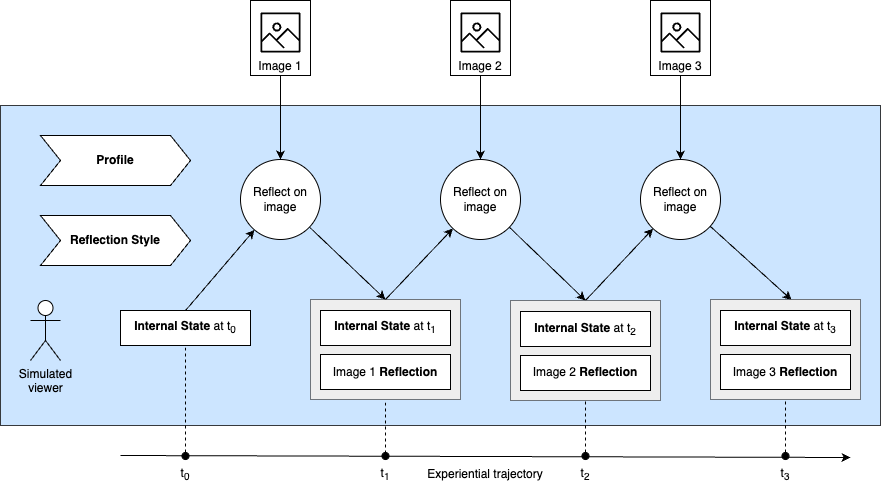
Before: docs/stateful-viewing-process.en.png, a diagram exported from draw.io (fredericbenard/stateful-viewers). Source tidied: cells renumbered, new cells last; positions are measured from the earlier drawing's top-left corner, leaving out a move shared by most shapes. Source of this version:
```xml
<mxGraphModel>
  <root>
    <mxCell id="0" />
    <mxCell id="1" parent="0" />
    <mxCell id="2" style="rounded=0;whiteSpace=wrap;html=1;fillColor=#cce5ff;strokeColor=#36393d;" parent="1" vertex="1">
      <mxGeometry y="105" width="880" height="320" as="geometry" />
    </mxCell>
    <mxCell id="3" style="rounded=0;whiteSpace=wrap;html=1;strokeWidth=0.5;fillStyle=auto;fillColor=#eeeeee;strokeColor=#36393d;" parent="1" vertex="1">
      <mxGeometry x="310" y="299" width="150" height="100" as="geometry" />
    </mxCell>
    <mxCell id="4" value="&lt;b&gt;Internal State&lt;/b&gt; at t&lt;sub&gt;0&lt;/sub&gt;" style="rounded=0;whiteSpace=wrap;html=1;" parent="1" vertex="1">
      <mxGeometry x="120" y="310" width="130" height="35" as="geometry" />
    </mxCell>
    <mxCell id="5" value="&lt;font&gt;&lt;span style=&quot;color: rgb(0, 0, 0);&quot;&gt;&lt;b&gt;Internal State&lt;/b&gt;&lt;/span&gt;&amp;nbsp;at t&lt;sub&gt;1&lt;/sub&gt;&lt;/font&gt;" style="rounded=0;whiteSpace=wrap;html=1;" parent="1" vertex="1">
      <mxGeometry x="320" y="310" width="130" height="35" as="geometry" />
    </mxCell>
    <mxCell id="6" value="Simulated&lt;br&gt;viewer" style="shape=umlActor;verticalLabelPosition=bottom;verticalAlign=top;html=1;" parent="1" vertex="1">
      <mxGeometry x="30" y="300" width="30" height="60" as="geometry" />
    </mxCell>
    <mxCell id="7" value="Imag&lt;span style=&quot;color: rgba(0, 0, 0, 0); font-family: monospace; font-size: 0px;&quot;&gt;%3CmxGraphModel%3E%3Croot%3E%3CmxCell%20id%3D%220%22%2F%3E%3CmxCell%20id%3D%221%22%20parent%3D%220%22%2F%3E%3CmxCell%20id%3D%222%22%20value%3D%22Profile%22%20style%3D%22rounded%3D0%3BwhiteSpace%3Dwrap%3Bhtml%3D1%3B%22%20vertex%3D%221%22%20parent%3D%221%22%3E%3CmxGeometry%20x%3D%2290%22%20y%3D%22260%22%20width%3D%22120%22%20height%3D%2260%22%20as%3D%22geometry%22%2F%3E%3C%2FmxCell%3E%3C%2Froot%3E%3C%2FmxGraphModel%3E&lt;/span&gt;e 1&lt;span style=&quot;color: rgba(0, 0, 0, 0); font-family: monospace; font-size: 0px;&quot;&gt;%3CmxGraphModel%3E%3Croot%3E%3CmxCell%20id%3D%220%22%2F%3E%3CmxCell%20id%3D%221%22%20parent%3D%220%22%2F%3E%3CmxCell%20id%3D%222%22%20value%3D%22Profile%22%20style%3D%22rounded%3D0%3BwhiteSpace%3Dwrap%3Bhtml%3D1%3B%22%20vertex%3D%221%22%20parent%3D%221%22%3E%3CmxGeometry%20x%3D%2290%22%20y%3D%22260%22%20width%3D%22120%22%20height%3D%2260%22%20as%3D%22geometry%22%2F%3E%3C%2FmxCell%3E%3C%2Froot%3E%3C%2FmxGraphModel%3E&lt;/span&gt;" style="rounded=0;whiteSpace=wrap;html=1;align=center;verticalAlign=bottom;" parent="1" vertex="1">
      <mxGeometry x="250" width="60" height="75" as="geometry" />
    </mxCell>
    <mxCell id="8" style="endArrow=classic;html=1;exitX=0.5;exitY=1;exitDx=0;exitDy=0;" parent="1" edge="1" source="7" target="10">
      <mxGeometry relative="1" as="geometry" />
    </mxCell>
    <mxCell id="9" style="endArrow=classic;html=1;exitX=0.5;exitY=0;exitDx=0;exitDy=0;" parent="1" edge="1" source="4" target="10">
      <mxGeometry relative="1" as="geometry" />
    </mxCell>
    <mxCell id="10" value="Reflect on image" style="ellipse;whiteSpace=wrap;html=1;" parent="1" vertex="1">
      <mxGeometry x="240" y="159" width="80" height="80" as="geometry" />
    </mxCell>
    <mxCell id="11" style="endArrow=classic;html=1;entryX=0.5;entryY=0;entryDx=0;entryDy=0;" parent="1" edge="1" source="10" target="3">
      <mxGeometry relative="1" as="geometry" />
    </mxCell>
    <mxCell id="12" value="&lt;span style=&quot;color: rgb(0, 0, 0);&quot;&gt;Reflect on image&lt;/span&gt;" style="ellipse;whiteSpace=wrap;html=1;" parent="1" vertex="1">
      <mxGeometry x="440" y="159" width="80" height="80" as="geometry" />
    </mxCell>
    <mxCell id="13" style="endArrow=classic;html=1;entryX=0.5;entryY=0;entryDx=0;entryDy=0;" parent="1" edge="1" source="12" target="37">
      <mxGeometry relative="1" as="geometry" />
    </mxCell>
    <mxCell id="14" style="endArrow=classic;html=1;exitX=0.5;exitY=1;exitDx=0;exitDy=0;" parent="1" edge="1" source="44" target="12">
      <mxGeometry relative="1" as="geometry" />
    </mxCell>
    <mxCell id="15" style="endArrow=classic;html=1;exitX=0.5;exitY=0;exitDx=0;exitDy=0;" parent="1" edge="1" source="3" target="12">
      <mxGeometry relative="1" as="geometry" />
    </mxCell>
    <mxCell id="16" value="&lt;span style=&quot;color: rgb(0, 0, 0);&quot;&gt;Reflect on image&lt;/span&gt;" style="ellipse;whiteSpace=wrap;html=1;" parent="1" vertex="1">
      <mxGeometry x="640" y="159" width="80" height="80" as="geometry" />
    </mxCell>
    <mxCell id="17" style="endArrow=classic;html=1;entryX=0.541;entryY=0.005;entryDx=0;entryDy=0;entryPerimeter=0;" parent="1" edge="1" source="16" target="40">
      <mxGeometry relative="1" as="geometry" />
    </mxCell>
    <mxCell id="18" style="endArrow=classic;html=1;exitX=0.5;exitY=1;exitDx=0;exitDy=0;" parent="1" edge="1" source="46" target="16">
      <mxGeometry relative="1" as="geometry" />
    </mxCell>
    <mxCell id="19" style="endArrow=classic;html=1;exitX=0.5;exitY=0;exitDx=0;exitDy=0;" parent="1" edge="1" source="37" target="16">
      <mxGeometry relative="1" as="geometry" />
    </mxCell>
    <mxCell id="20" value="&lt;b&gt;Profile&lt;/b&gt;" style="shape=step;perimeter=stepPerimeter;whiteSpace=wrap;html=1;fixedSize=1;" parent="1" vertex="1">
      <mxGeometry x="40" y="135" width="150" height="50" as="geometry" />
    </mxCell>
    <mxCell id="21" value="&lt;b&gt;Reflection Style&lt;/b&gt;" style="shape=step;perimeter=stepPerimeter;whiteSpace=wrap;html=1;fixedSize=1;" parent="1" vertex="1">
      <mxGeometry x="40" y="215" width="150" height="50" as="geometry" />
    </mxCell>
    <mxCell id="22" style="endArrow=none;html=1;endFill=0;startArrow=classic;startFill=1;" parent="1" edge="1">
      <mxGeometry relative="1" as="geometry">
        <mxPoint x="850" y="457" as="sourcePoint" />
        <mxPoint x="120" y="455" as="targetPoint" />
      </mxGeometry>
    </mxCell>
    <mxCell id="23" style="ellipse;whiteSpace=wrap;html=1;fillColor=#000000;" parent="1" vertex="1">
      <mxGeometry x="181.5" y="452" width="7" height="7" as="geometry" />
    </mxCell>
    <mxCell id="24" value="t&lt;sub&gt;0&lt;/sub&gt;" style="text;html=1;align=center;verticalAlign=middle;whiteSpace=wrap;rounded=0;" parent="1" vertex="1">
      <mxGeometry x="155" y="459" width="60" height="30" as="geometry" />
    </mxCell>
    <mxCell id="25" style="ellipse;whiteSpace=wrap;html=1;fillColor=#000000;" parent="1" vertex="1">
      <mxGeometry x="381.5" y="452" width="7" height="7" as="geometry" />
    </mxCell>
    <mxCell id="26" style="ellipse;whiteSpace=wrap;html=1;fillColor=#000000;" parent="1" vertex="1">
      <mxGeometry x="581.5" y="452" width="7" height="7" as="geometry" />
    </mxCell>
    <mxCell id="27" style="ellipse;whiteSpace=wrap;html=1;fillColor=#000000;" parent="1" vertex="1">
      <mxGeometry x="781.5" y="452" width="7" height="7" as="geometry" />
    </mxCell>
    <mxCell id="28" value="t&lt;sub&gt;1&lt;/sub&gt;" style="text;html=1;align=center;verticalAlign=middle;whiteSpace=wrap;rounded=0;" parent="1" vertex="1">
      <mxGeometry x="355" y="459" width="60" height="30" as="geometry" />
    </mxCell>
    <mxCell id="29" value="t&lt;sub&gt;2&lt;/sub&gt;" style="text;html=1;align=center;verticalAlign=middle;whiteSpace=wrap;rounded=0;" parent="1" vertex="1">
      <mxGeometry x="555" y="459" width="60" height="30" as="geometry" />
    </mxCell>
    <mxCell id="30" value="t&lt;sub&gt;3&lt;/sub&gt;" style="text;html=1;align=center;verticalAlign=middle;whiteSpace=wrap;rounded=0;" parent="1" vertex="1">
      <mxGeometry x="755" y="459" width="60" height="30" as="geometry" />
    </mxCell>
    <mxCell id="31" value="Experiential trajectory" style="text;html=1;align=center;verticalAlign=middle;whiteSpace=wrap;rounded=0;" parent="1" vertex="1">
      <mxGeometry x="415" y="459" width="140" height="30" as="geometry" />
    </mxCell>
    <mxCell id="32" style="endArrow=none;dashed=1;html=1;entryX=0.5;entryY=1;entryDx=0;entryDy=0;exitX=0.5;exitY=0;exitDx=0;exitDy=0;" parent="1" edge="1" source="23" target="4">
      <mxGeometry relative="1" as="geometry" />
    </mxCell>
    <mxCell id="33" style="endArrow=none;dashed=1;html=1;entryX=0.5;entryY=1;entryDx=0;entryDy=0;exitX=0.5;exitY=1;exitDx=0;exitDy=0;" parent="1" edge="1" source="25" target="3">
      <mxGeometry relative="1" as="geometry" />
    </mxCell>
    <mxCell id="34" style="endArrow=none;dashed=1;html=1;entryX=0.5;entryY=1;entryDx=0;entryDy=0;exitX=0.5;exitY=0;exitDx=0;exitDy=0;" parent="1" edge="1" source="26">
      <mxGeometry relative="1" as="geometry">
        <mxPoint x="585" y="345" as="targetPoint" />
      </mxGeometry>
    </mxCell>
    <mxCell id="35" style="endArrow=none;dashed=1;html=1;entryX=0.5;entryY=1;entryDx=0;entryDy=0;exitX=0.5;exitY=0;exitDx=0;exitDy=0;" parent="1" edge="1" source="27">
      <mxGeometry relative="1" as="geometry">
        <mxPoint x="785" y="345" as="targetPoint" />
      </mxGeometry>
    </mxCell>
    <mxCell id="36" value="Image 1 &lt;b&gt;Reflection&lt;/b&gt;" style="rounded=0;whiteSpace=wrap;html=1;" parent="1" vertex="1">
      <mxGeometry x="320" y="354" width="130" height="35" as="geometry" />
    </mxCell>
    <mxCell id="37" style="rounded=0;whiteSpace=wrap;html=1;fillColor=#eeeeee;strokeWidth=0.5;fillStyle=auto;strokeColor=#36393d;" parent="1" vertex="1">
      <mxGeometry x="510" y="300" width="150" height="100" as="geometry" />
    </mxCell>
    <mxCell id="38" value="&lt;font&gt;&lt;span style=&quot;color: rgb(0, 0, 0);&quot;&gt;&lt;b&gt;Internal State&lt;/b&gt;&lt;/span&gt;&amp;nbsp;at t&lt;sub&gt;2&lt;/sub&gt;&lt;/font&gt;" style="rounded=0;whiteSpace=wrap;html=1;" parent="1" vertex="1">
      <mxGeometry x="520" y="311" width="130" height="35" as="geometry" />
    </mxCell>
    <mxCell id="39" value="Image 2&amp;nbsp;&lt;b&gt;Reflection&lt;/b&gt;" style="rounded=0;whiteSpace=wrap;html=1;" parent="1" vertex="1">
      <mxGeometry x="520" y="355" width="130" height="35" as="geometry" />
    </mxCell>
    <mxCell id="40" style="rounded=0;whiteSpace=wrap;html=1;fillColor=#eeeeee;strokeWidth=0.5;fillStyle=auto;strokeColor=#36393d;" parent="1" vertex="1">
      <mxGeometry x="710" y="299" width="150" height="100" as="geometry" />
    </mxCell>
    <mxCell id="41" value="&lt;font&gt;&lt;span style=&quot;color: rgb(0, 0, 0);&quot;&gt;&lt;b&gt;Internal State&lt;/b&gt;&lt;/span&gt;&amp;nbsp;at t&lt;sub&gt;3&lt;/sub&gt;&lt;/font&gt;" style="rounded=0;whiteSpace=wrap;html=1;" parent="1" vertex="1">
      <mxGeometry x="720" y="310" width="130" height="35" as="geometry" />
    </mxCell>
    <mxCell id="42" value="Image 3&amp;nbsp;&lt;b&gt;Reflection&lt;/b&gt;" style="rounded=0;whiteSpace=wrap;html=1;" parent="1" vertex="1">
      <mxGeometry x="720" y="354" width="130" height="35" as="geometry" />
    </mxCell>
    <mxCell id="43" style="sketch=0;fontColor=#232F3E;gradientColor=none;fillColor=#000000;strokeColor=none;dashed=0;verticalLabelPosition=bottom;verticalAlign=top;align=center;html=1;fontSize=12;fontStyle=0;shape=mxgraph.aws4.container_registry_image;" parent="1" vertex="1">
      <mxGeometry x="260" y="12" width="40" height="40" as="geometry" />
    </mxCell>
    <mxCell id="44" value="Imag&lt;span style=&quot;color: rgba(0, 0, 0, 0); font-family: monospace; font-size: 0px;&quot;&gt;%3CmxGraphModel%3E%3Croot%3E%3CmxCell%20id%3D%220%22%2F%3E%3CmxCell%20id%3D%221%22%20parent%3D%220%22%2F%3E%3CmxCell%20id%3D%222%22%20value%3D%22Profile%22%20style%3D%22rounded%3D0%3BwhiteSpace%3Dwrap%3Bhtml%3D1%3B%22%20vertex%3D%221%22%20parent%3D%221%22%3E%3CmxGeometry%20x%3D%2290%22%20y%3D%22260%22%20width%3D%22120%22%20height%3D%2260%22%20as%3D%22geometry%22%2F%3E%3C%2FmxCell%3E%3C%2Froot%3E%3C%2FmxGraphModel%3E&lt;/span&gt;e 2&lt;span style=&quot;color: rgba(0, 0, 0, 0); font-family: monospace; font-size: 0px;&quot;&gt;%3CmxGraphModel%3E%3Croot%3E%3CmxCell%20id%3D%220%22%2F%3E%3CmxCell%20id%3D%221%22%20parent%3D%220%22%2F%3E%3CmxCell%20id%3D%222%22%20value%3D%22Profile%22%20style%3D%22rounded%3D0%3BwhiteSpace%3Dwrap%3Bhtml%3D1%3B%22%20vertex%3D%221%22%20parent%3D%221%22%3E%3CmxGeometry%20x%3D%2290%22%20y%3D%22260%22%20width%3D%22120%22%20height%3D%2260%22%20as%3D%22geometry%22%2F%3E%3C%2FmxCell%3E%3C%2Froot%3E%3C%2FmxGraphModel%3E&lt;/span&gt;" style="rounded=0;whiteSpace=wrap;html=1;align=center;verticalAlign=bottom;" parent="1" vertex="1">
      <mxGeometry x="450" width="60" height="75" as="geometry" />
    </mxCell>
    <mxCell id="45" style="sketch=0;fontColor=#232F3E;gradientColor=none;fillColor=#000000;strokeColor=none;dashed=0;verticalLabelPosition=bottom;verticalAlign=top;align=center;html=1;fontSize=12;fontStyle=0;shape=mxgraph.aws4.container_registry_image;" parent="1" vertex="1">
      <mxGeometry x="460" y="12" width="40" height="40" as="geometry" />
    </mxCell>
    <mxCell id="46" value="Imag&lt;span style=&quot;color: rgba(0, 0, 0, 0); font-family: monospace; font-size: 0px;&quot;&gt;%3CmxGraphModel%3E%3Croot%3E%3CmxCell%20id%3D%220%22%2F%3E%3CmxCell%20id%3D%221%22%20parent%3D%220%22%2F%3E%3CmxCell%20id%3D%222%22%20value%3D%22Profile%22%20style%3D%22rounded%3D0%3BwhiteSpace%3Dwrap%3Bhtml%3D1%3B%22%20vertex%3D%221%22%20parent%3D%221%22%3E%3CmxGeometry%20x%3D%2290%22%20y%3D%22260%22%20width%3D%22120%22%20height%3D%2260%22%20as%3D%22geometry%22%2F%3E%3C%2FmxCell%3E%3C%2Froot%3E%3C%2FmxGraphModel%3E&lt;/span&gt;e 3&lt;span style=&quot;color: rgba(0, 0, 0, 0); font-family: monospace; font-size: 0px;&quot;&gt;%3CmxGraphModel%3E%3Croot%3E%3CmxCell%20id%3D%220%22%2F%3E%3CmxCell%20id%3D%221%22%20parent%3D%220%22%2F%3E%3CmxCell%20id%3D%222%22%20value%3D%22Profile%22%20style%3D%22rounded%3D0%3BwhiteSpace%3Dwrap%3Bhtml%3D1%3B%22%20vertex%3D%221%22%20parent%3D%221%22%3E%3CmxGeometry%20x%3D%2290%22%20y%3D%22260%22%20width%3D%22120%22%20height%3D%2260%22%20as%3D%22geometry%22%2F%3E%3C%2FmxCell%3E%3C%2Froot%3E%3C%2FmxGraphModel%3E&lt;/span&gt;" style="rounded=0;whiteSpace=wrap;html=1;align=center;verticalAlign=bottom;" parent="1" vertex="1">
      <mxGeometry x="650" width="60" height="75" as="geometry" />
    </mxCell>
    <mxCell id="47" style="sketch=0;fontColor=#232F3E;gradientColor=none;fillColor=#000000;strokeColor=none;dashed=0;verticalLabelPosition=bottom;verticalAlign=top;align=center;html=1;fontSize=12;fontStyle=0;shape=mxgraph.aws4.container_registry_image;" parent="1" vertex="1">
      <mxGeometry x="660" y="12" width="40" height="40" as="geometry" />
    </mxCell>
  </root>
</mxGraphModel>
```
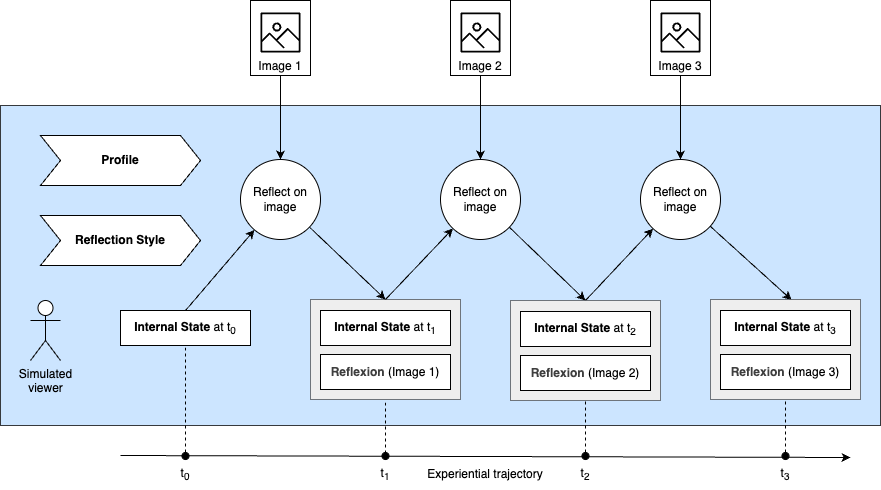
After the commit.

Diff of the diagram source:
```diff
@@ -57,10 +57,10 @@
       <mxGeometry relative="1" as="geometry" />
     </mxCell>
     <mxCell id="20" value="&lt;b&gt;Profile&lt;/b&gt;" style="shape=step;perimeter=stepPerimeter;whiteSpace=wrap;html=1;fixedSize=1;" parent="1" vertex="1">
-      <mxGeometry x="40" y="135" width="150" height="50" as="geometry" />
+      <mxGeometry x="40" y="135" width="160" height="50" as="geometry" />
     </mxCell>
     <mxCell id="21" value="&lt;b&gt;Reflection Style&lt;/b&gt;" style="shape=step;perimeter=stepPerimeter;whiteSpace=wrap;html=1;fixedSize=1;" parent="1" vertex="1">
-      <mxGeometry x="40" y="215" width="150" height="50" as="geometry" />
+      <mxGeometry x="40" y="215" width="160" height="50" as="geometry" />
     </mxCell>
     <mxCell id="22" style="endArrow=none;html=1;endFill=0;startArrow=classic;startFill=1;" parent="1" edge="1">
       <mxGeometry relative="1" as="geometry">
@@ -111,7 +111,7 @@
         <mxPoint x="785" y="345" as="targetPoint" />
       </mxGeometry>
     </mxCell>
-    <mxCell id="36" value="Image 1 &lt;b&gt;Reflection&lt;/b&gt;" style="rounded=0;whiteSpace=wrap;html=1;" parent="1" vertex="1">
+    <mxCell id="36" value="&lt;b style=&quot;color: rgb(63, 63, 63); scrollbar-color: rgb(226, 226, 226) rgb(251, 251, 251);&quot;&gt;Reflexion&lt;/b&gt;&lt;span style=&quot;scrollbar-color: rgb(226, 226, 226) rgb(251, 251, 251); color: rgb(0, 0, 0);&quot;&gt;&amp;nbsp;(Image 1)&lt;/span&gt;" style="rounded=0;whiteSpace=wrap;html=1;" parent="1" vertex="1">
       <mxGeometry x="320" y="354" width="130" height="35" as="geometry" />
     </mxCell>
     <mxCell id="37" style="rounded=0;whiteSpace=wrap;html=1;fillColor=#eeeeee;strokeWidth=0.5;fillStyle=auto;strokeColor=#36393d;" parent="1" vertex="1">
@@ -120,7 +120,7 @@
     <mxCell id="38" value="&lt;font&gt;&lt;span style=&quot;color: rgb(0, 0, 0);&quot;&gt;&lt;b&gt;Internal State&lt;/b&gt;&lt;/span&gt;&amp;nbsp;at t&lt;sub&gt;2&lt;/sub&gt;&lt;/font&gt;" style="rounded=0;whiteSpace=wrap;html=1;" parent="1" vertex="1">
       <mxGeometry x="520" y="311" width="130" height="35" as="geometry" />
     </mxCell>
-    <mxCell id="39" value="Image 2&amp;nbsp;&lt;b&gt;Reflection&lt;/b&gt;" style="rounded=0;whiteSpace=wrap;html=1;" parent="1" vertex="1">
+    <mxCell id="39" value="&lt;b style=&quot;color: rgb(63, 63, 63); scrollbar-color: rgb(226, 226, 226) rgb(251, 251, 251);&quot;&gt;Reflexion&lt;/b&gt;&lt;span style=&quot;color: rgb(0, 0, 0); scrollbar-color: rgb(226, 226, 226) rgb(251, 251, 251);&quot;&gt;&amp;nbsp;(Image 2)&lt;/span&gt;" style="rounded=0;whiteSpace=wrap;html=1;" parent="1" vertex="1">
       <mxGeometry x="520" y="355" width="130" height="35" as="geometry" />
     </mxCell>
     <mxCell id="40" style="rounded=0;whiteSpace=wrap;html=1;fillColor=#eeeeee;strokeWidth=0.5;fillStyle=auto;strokeColor=#36393d;" parent="1" vertex="1">
@@ -129,7 +129,7 @@
     <mxCell id="41" value="&lt;font&gt;&lt;span style=&quot;color: rgb(0, 0, 0);&quot;&gt;&lt;b&gt;Internal State&lt;/b&gt;&lt;/span&gt;&amp;nbsp;at t&lt;sub&gt;3&lt;/sub&gt;&lt;/font&gt;" style="rounded=0;whiteSpace=wrap;html=1;" parent="1" vertex="1">
       <mxGeometry x="720" y="310" width="130" height="35" as="geometry" />
     </mxCell>
-    <mxCell id="42" value="Image 3&amp;nbsp;&lt;b&gt;Reflection&lt;/b&gt;" style="rounded=0;whiteSpace=wrap;html=1;" parent="1" vertex="1">
+    <mxCell id="42" value="&lt;b style=&quot;color: rgb(63, 63, 63); scrollbar-color: rgb(226, 226, 226) rgb(251, 251, 251);&quot;&gt;Reflexion&lt;/b&gt;&lt;span style=&quot;color: rgb(0, 0, 0); scrollbar-color: rgb(226, 226, 226) rgb(251, 251, 251);&quot;&gt;&amp;nbsp;(Image 3)&lt;/span&gt;" style="rounded=0;whiteSpace=wrap;html=1;" parent="1" vertex="1">
       <mxGeometry x="720" y="354" width="130" height="35" as="geometry" />
     </mxCell>
     <mxCell id="43" style="sketch=0;fontColor=#232F3E;gradientColor=none;fillColor=#000000;strokeColor=none;dashed=0;verticalLabelPosition=bottom;verticalAlign=top;align=center;html=1;fontSize=12;fontStyle=0;shape=mxgraph.aws4.container_registry_image;" parent="1" vertex="1">
```
